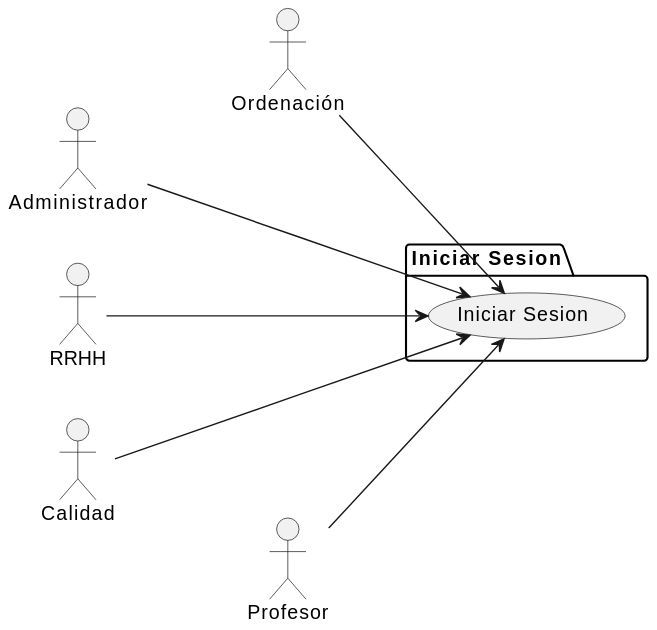
mmasias/24-25-IdSw1-SDR keeps this PlantUML diagram as images/modelosUML/CdU/Individuales/IniciarSesion.svg. Above is the earlier version.
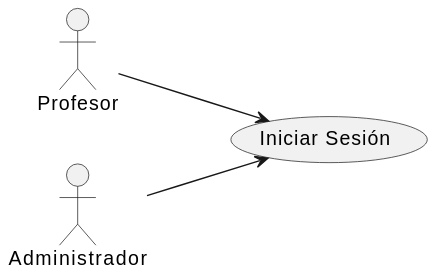
After the commit.

Diff of the diagram source:
```diff
@@ -1,19 +1,11 @@
 @startuml
 left to right direction
 
-actor "Ordenación" as ord
-actor "Administrador" as admin
-actor "RRHH" as RRHH
-actor "Calidad" as calidad
 actor "Profesor" as profesor
+actor "Administrador" as administrador
 
-package "Iniciar Sesion" as inicioSesionPackage {
-    usecase "Iniciar Sesion" as inicioSesion
-}
+usecase "Iniciar Sesión" as inicioSesion
 
-ord --> inicioSesion
-admin ---> inicioSesion
-RRHH ---> inicioSesion
-calidad ---> inicioSesion
 profesor --> inicioSesion
+administrador --> inicioSesion
 @enduml
```
